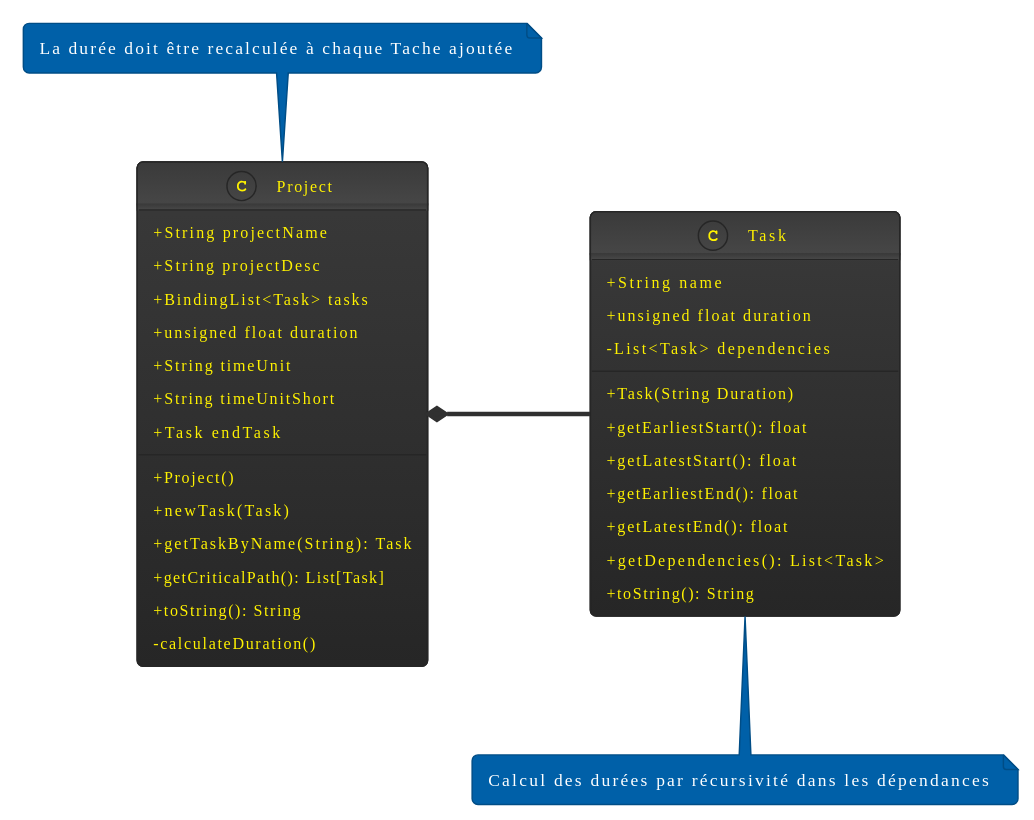
This is UML_Class_Diagram.svg from zacharie-fourrier/Pert-Maker, a PlantUML export, as it was before one commit.
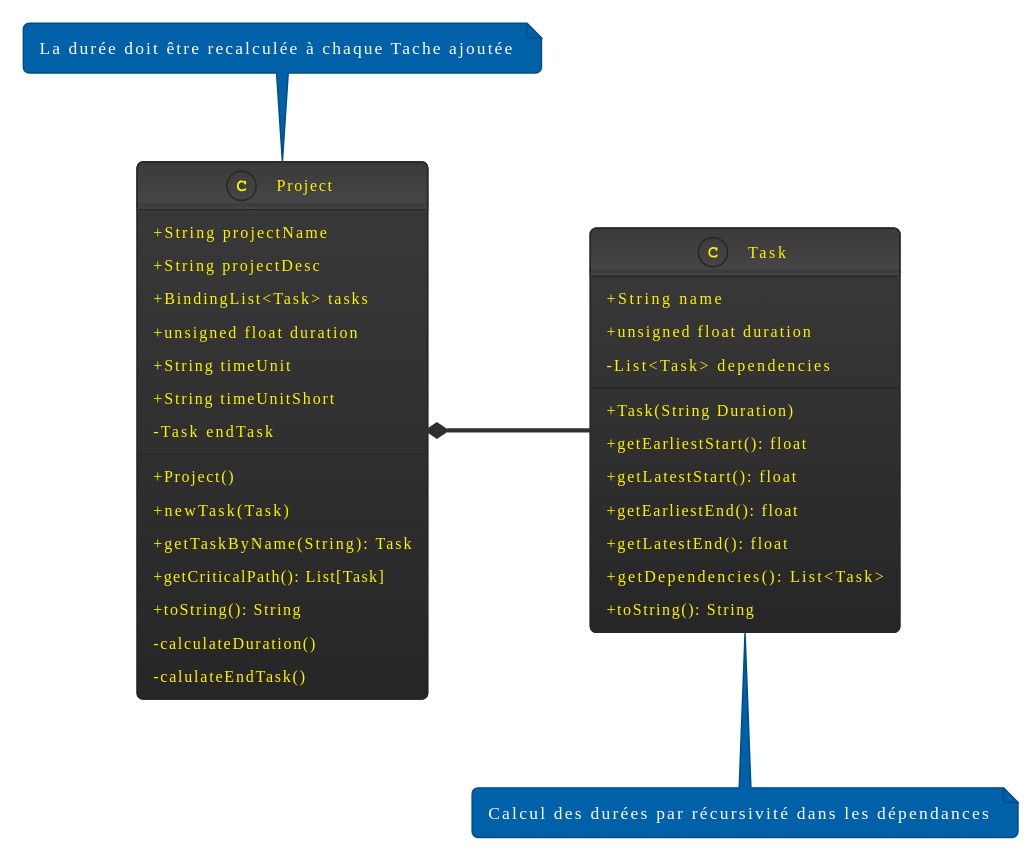
After the change.

Commit message:
UML Class diagram for V1.0.1

What changed in the source:
```diff
@@ -9,7 +9,7 @@
 +unsigned float duration
 +String timeUnit
 +String timeUnitShort
-+Task endTask
+-Task endTask
 
 +Project()
 +newTask(Task)
@@ -17,6 +17,7 @@
 +getCriticalPath(): List[Task]
 +toString(): String
 -calculateDuration()
+-calulateEndTask()
 }
 
 class Task {
```
